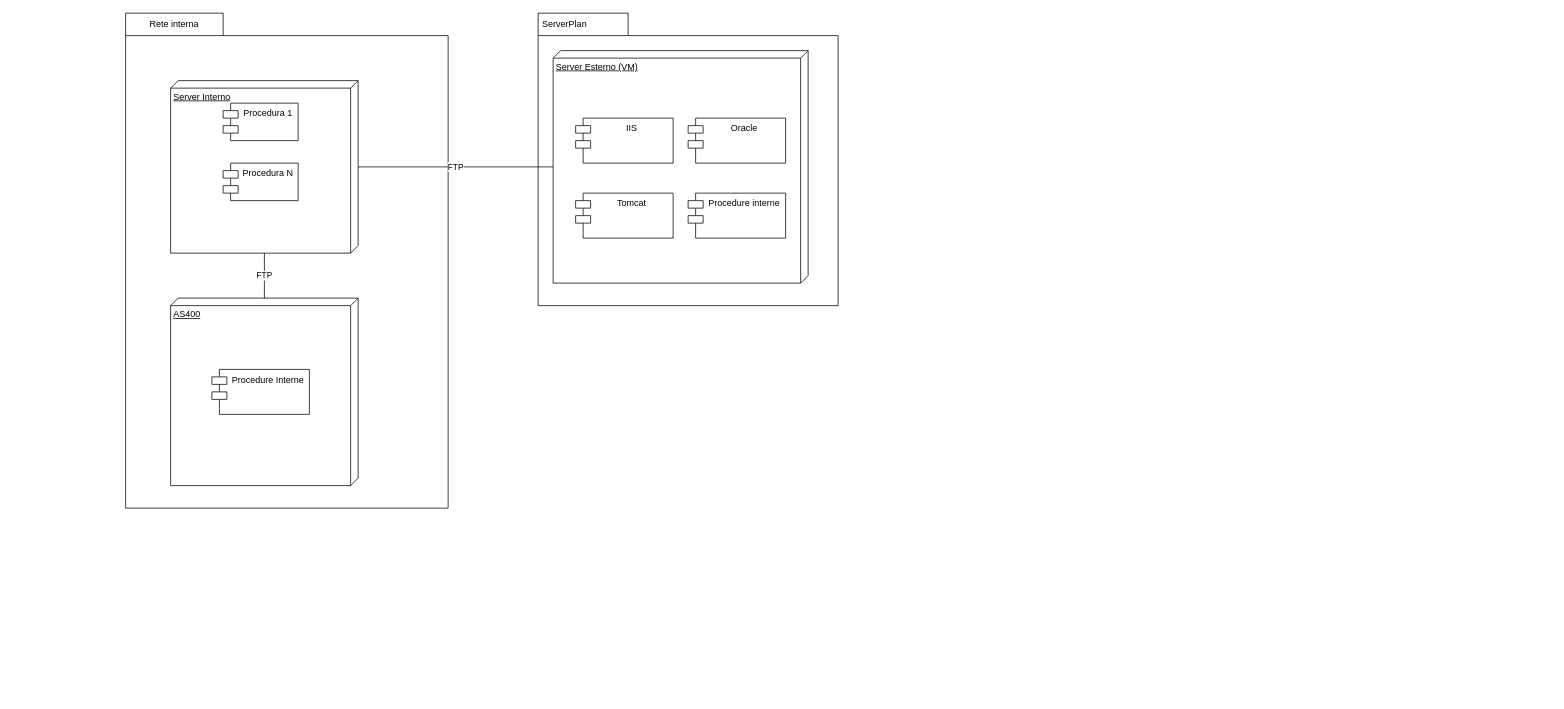
Above: Fashion.drawio in f94f/Diagrams (draw.io), before the change. Source tidied: cells renumbered, new cells numbered last; positions are measured from the earlier drawing's top-left corner, leaving out a move shared by most shapes. Both pictures are drawn from the tidied source at 75%, with x=0, y=0 at pixel (125, 13).
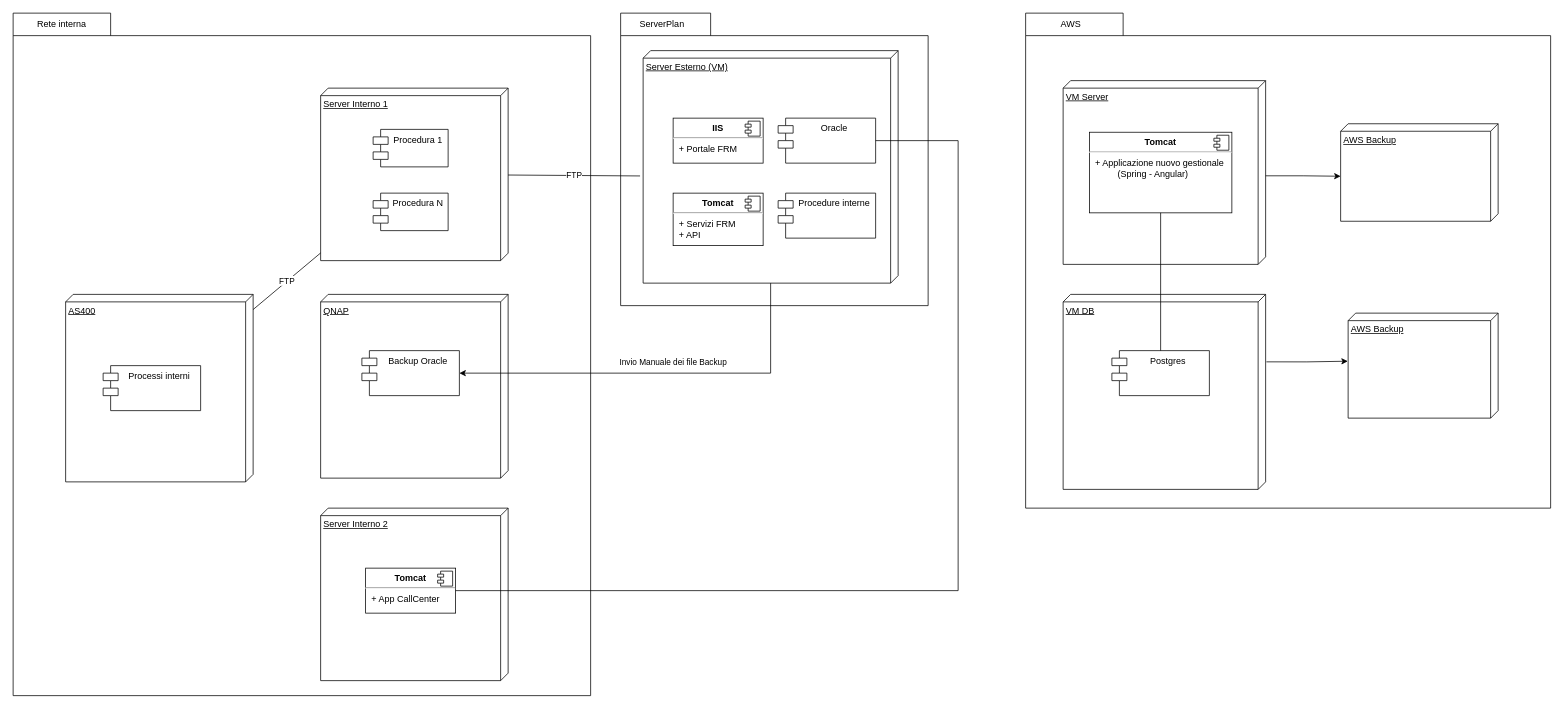
The same page after the edit.

Change to the diagram source:
```diff
@@
     <mxCell id="2" style="shape=folder;fontStyle=1;spacingTop=10;tabWidth=130;tabHeight=30;tabPosition=left;html=1;" parent="1" vertex="1">
-      <mxGeometry width="430" height="660" as="geometry" />
+      <mxGeometry x="-150" width="770" height="910" as="geometry" />
     </mxCell>
-    <mxCell id="3" value="Server Interno" style="verticalAlign=top;align=left;spacingTop=8;spacingLeft=2;spacingRight=12;shape=cube;size=10;direction=south;fontStyle=4;html=1;" parent="1" vertex="1">
-      <mxGeometry x="60" y="90" width="250" height="230" as="geometry" />
+    <mxCell id="3" value="Server Interno 1" style="verticalAlign=top;align=left;spacingTop=8;spacingLeft=2;spacingRight=12;shape=cube;size=10;direction=south;fontStyle=4;html=1;" parent="1" vertex="1">
+      <mxGeometry x="260" y="100" width="250" height="230" as="geometry" />
     </mxCell>
     <mxCell id="4" value="Procedura 1" style="shape=module;align=left;spacingLeft=20;align=center;verticalAlign=top;" parent="1" vertex="1">
-      <mxGeometry x="130" y="120" width="100" height="50" as="geometry" />
+      <mxGeometry x="330" y="155" width="100" height="50" as="geometry" />
     </mxCell>
     <mxCell id="5" value="Procedura N" style="shape=module;align=left;spacingLeft=20;align=center;verticalAlign=top;" parent="1" vertex="1">
-      <mxGeometry x="130" y="200" width="100" height="50" as="geometry" />
+      <mxGeometry x="330" y="240" width="100" height="50" as="geometry" />
     </mxCell>
     <mxCell id="6" value="AS400" style="verticalAlign=top;align=left;spacingTop=8;spacingLeft=2;spacingRight=12;shape=cube;size=10;direction=south;fontStyle=4;html=1;" parent="1" vertex="1">
-      <mxGeometry x="60" y="380" width="250" height="250" as="geometry" />
+      <mxGeometry x="-80" y="375" width="250" height="250" as="geometry" />
     </mxCell>
     <mxCell id="7" value="Rete interna" style="text;html=1;strokeColor=none;fillColor=none;align=center;verticalAlign=middle;whiteSpace=wrap;rounded=0;" parent="1" vertex="1">
-      <mxGeometry width="130" height="30" as="geometry" />
+      <mxGeometry x="-150" width="130" height="30" as="geometry" />
     </mxCell>
@@
     <mxCell id="9" style="shape=folder;fontStyle=1;spacingTop=10;tabWidth=120;tabHeight=30;tabPosition=left;html=1;" parent="1" vertex="1">
-      <mxGeometry x="550" width="400" height="390" as="geometry" />
+      <mxGeometry x="660" width="410" height="390" as="geometry" />
     </mxCell>
     <mxCell id="10" value="ServerPlan" style="text;html=1;align=center;verticalAlign=middle;strokeColor=none;fillColor=none;" parent="1" vertex="1">
-      <mxGeometry x="550" y="5" width="70" height="20" as="geometry" />
+      <mxGeometry x="680" y="5" width="70" height="20" as="geometry" />
     </mxCell>
     <mxCell id="11" value="Server Esterno (VM)" style="verticalAlign=top;align=left;spacingTop=8;spacingLeft=2;spacingRight=12;shape=cube;size=10;direction=south;fontStyle=4;html=1;" parent="1" vertex="1">
-      <mxGeometry x="570" y="50" width="340" height="310" as="geometry" />
+      <mxGeometry x="690" y="50" width="340" height="310" as="geometry" />
     </mxCell>
-    <mxCell id="12" value="Procedure Interne" style="shape=module;align=left;spacingLeft=20;align=center;verticalAlign=top;" parent="1" vertex="1">
-      <mxGeometry x="115" y="475" width="130" height="60" as="geometry" />
+    <mxCell id="12" value="Processi interni" style="shape=module;align=left;spacingLeft=20;align=center;verticalAlign=top;" parent="1" vertex="1">
+      <mxGeometry x="-30" y="470" width="130" height="60" as="geometry" />
     </mxCell>
-    <mxCell id="13" value="IIS" style="shape=module;align=left;spacingLeft=20;align=center;verticalAlign=top;" parent="1" vertex="1">
-      <mxGeometry x="600" y="140" width="130" height="60" as="geometry" />
-    </mxCell>
-    <mxCell id="14" value="Tomcat" style="shape=module;align=left;spacingLeft=20;align=center;verticalAlign=top;" parent="1" vertex="1">
-      <mxGeometry x="600" y="240" width="130" height="60" as="geometry" />
-    </mxCell>
     <mxCell id="15" value="Oracle" style="shape=module;align=left;spacingLeft=20;align=center;verticalAlign=top;" parent="1" vertex="1">
-      <mxGeometry x="750" y="140" width="130" height="60" as="geometry" />
+      <mxGeometry x="870" y="140" width="130" height="60" as="geometry" />
     </mxCell>
-    <mxCell id="16" value="FTP" style="endArrow=none;html=1;rounded=0;" parent="1" edge="1" source="3" target="11">
+    <mxCell id="16" value="FTP" style="endArrow=none;html=1;rounded=0;entryX=0.539;entryY=1.012;entryDx=0;entryDy=0;entryPerimeter=0;" parent="1" edge="1" source="3" target="11">
       <mxGeometry relative="1" as="geometry" />
     </mxCell>
     <mxCell id="17" value="Procedure interne" style="shape=module;align=left;spacingLeft=20;align=center;verticalAlign=top;" parent="1" vertex="1">
-      <mxGeometry x="750" y="240" width="130" height="60" as="geometry" />
+      <mxGeometry x="870" y="240" width="130" height="60" as="geometry" />
     </mxCell>
+    <mxCell id="18" style="shape=folder;fontStyle=1;spacingTop=10;tabWidth=130;tabHeight=30;tabPosition=left;html=1;" parent="1" vertex="1">
+      <mxGeometry x="1200" width="700" height="660" as="geometry" />
+    </mxCell>
+    <mxCell id="19" value="AWS" style="text;html=1;align=center;verticalAlign=middle;strokeColor=none;fillColor=none;" parent="1" vertex="1">
+      <mxGeometry x="1235" width="50" height="30" as="geometry" />
+    </mxCell>
+    <mxCell id="20" style="edgeStyle=orthogonalEdgeStyle;rounded=0;jettySize=auto;html=1;entryX=0;entryY=0;entryDx=70;entryDy=210;entryPerimeter=0;exitX=0.518;exitY=0.004;exitDx=0;exitDy=0;exitPerimeter=0;" parent="1" edge="1" source="21" target="24">
+      <mxGeometry relative="1" as="geometry" />
+    </mxCell>
+    <mxCell id="21" value="VM Server" style="verticalAlign=top;align=left;spacingTop=8;spacingLeft=2;spacingRight=12;shape=cube;size=10;direction=south;fontStyle=4;html=1;" parent="1" vertex="1">
+      <mxGeometry x="1250" y="90" width="270" height="245" as="geometry" />
+    </mxCell>
+    <mxCell id="22" style="edgeStyle=orthogonalEdgeStyle;rounded=0;jettySize=auto;html=1;entryX=0.458;entryY=1.002;entryDx=0;entryDy=0;entryPerimeter=0;exitX=0.346;exitY=-0.004;exitDx=0;exitDy=0;exitPerimeter=0;" parent="1" edge="1" source="23" target="26">
+      <mxGeometry relative="1" as="geometry" />
+    </mxCell>
+    <mxCell id="23" value="VM DB" style="verticalAlign=top;align=left;spacingTop=8;spacingLeft=2;spacingRight=12;shape=cube;size=10;direction=south;fontStyle=4;html=1;" parent="1" vertex="1">
+      <mxGeometry x="1250" y="375" width="270" height="260" as="geometry" />
+    </mxCell>
+    <mxCell id="24" value="AWS Backup" style="verticalAlign=top;align=left;spacingTop=8;spacingLeft=2;spacingRight=12;shape=cube;size=10;direction=south;fontStyle=4;html=1;" parent="1" vertex="1">
+      <mxGeometry x="1620" y="147.5" width="210" height="130" as="geometry" />
+    </mxCell>
+    <mxCell id="25" value="Postgres" style="shape=module;align=left;spacingLeft=20;align=center;verticalAlign=top;" parent="1" vertex="1">
+      <mxGeometry x="1315" y="450" width="130" height="60" as="geometry" />
+    </mxCell>
+    <mxCell id="26" value="AWS Backup" style="verticalAlign=top;align=left;spacingTop=8;spacingLeft=2;spacingRight=12;shape=cube;size=10;direction=south;fontStyle=4;html=1;" parent="1" vertex="1">
+      <mxGeometry x="1630" y="400" width="200" height="140" as="geometry" />
+    </mxCell>
+    <mxCell id="27" value="QNAP" style="verticalAlign=top;align=left;spacingTop=8;spacingLeft=2;spacingRight=12;shape=cube;size=10;direction=south;fontStyle=4;html=1;" parent="1" vertex="1">
+      <mxGeometry x="260" y="375" width="250" height="245" as="geometry" />
+    </mxCell>
+    <mxCell id="28" value="Backup Oracle" style="shape=module;align=left;spacingLeft=20;align=center;verticalAlign=top;" parent="1" vertex="1">
+      <mxGeometry x="315" y="450" width="130" height="60" as="geometry" />
+    </mxCell>
+    <mxCell id="29" style="endArrow=classic;html=1;rounded=0;" parent="1" edge="1" source="11" target="28">
+      <mxGeometry relative="1" as="geometry">
+        <Array as="points">
+          <mxPoint x="860" y="480" />
+        </Array>
+      </mxGeometry>
+    </mxCell>
+    <mxCell id="30" value="Invio Manuale dei file Backup" style="edgeLabel;html=1;align=center;verticalAlign=middle;" parent="29" vertex="1">
+      <mxGeometry x="-0.36" y="4" relative="1" as="geometry">
+        <mxPoint x="-80" y="-19" as="offset" />
+      </mxGeometry>
+    </mxCell>
+    <mxCell id="31" value="&lt;p style=&quot;margin:0px;margin-top:6px;text-align:center;&quot;&gt;&lt;b&gt;Tomcat&lt;/b&gt;&lt;/p&gt;&lt;hr&gt;&lt;p style=&quot;margin:0px;margin-left:8px;&quot;&gt;+ Servizi FRM&lt;/p&gt;&lt;p style=&quot;margin:0px;margin-left:8px;&quot;&gt;+ API&lt;/p&gt;&lt;p style=&quot;margin:0px;margin-left:8px;&quot;&gt;&lt;br&gt;&lt;/p&gt;" style="align=left;overflow=fill;html=1;" parent="1" vertex="1">
+      <mxGeometry x="730" y="240" width="120" height="70" as="geometry" />
+    </mxCell>
+    <mxCell id="32" style="shape=component;jettyWidth=8;jettyHeight=4;" parent="31" vertex="1">
+      <mxGeometry x="1" width="20" height="20" relative="1" as="geometry">
+        <mxPoint x="-24" y="4" as="offset" />
+      </mxGeometry>
+    </mxCell>
+    <mxCell id="33" value="&lt;p style=&quot;margin:0px;margin-top:6px;text-align:center;&quot;&gt;&lt;b&gt;IIS&lt;/b&gt;&lt;/p&gt;&lt;hr&gt;&lt;p style=&quot;margin:0px;margin-left:8px;&quot;&gt;+ Portale FRM&lt;/p&gt;" style="align=left;overflow=fill;html=1;" parent="1" vertex="1">
+      <mxGeometry x="730" y="140" width="120" height="60" as="geometry" />
+    </mxCell>
+    <mxCell id="34" style="shape=component;jettyWidth=8;jettyHeight=4;" parent="33" vertex="1">
+      <mxGeometry x="1" width="20" height="20" relative="1" as="geometry">
+        <mxPoint x="-24" y="4" as="offset" />
+      </mxGeometry>
+    </mxCell>
+    <mxCell id="35" value="&lt;p style=&quot;margin:0px;margin-top:6px;text-align:center;&quot;&gt;&lt;b&gt;Tomcat&lt;/b&gt;&lt;/p&gt;&lt;hr&gt;&lt;p style=&quot;margin:0px;margin-left:8px;&quot;&gt;+ Applicazione nuovo gestionale&lt;/p&gt;&lt;p style=&quot;margin:0px;margin-left:8px;&quot;&gt;&amp;nbsp; &amp;nbsp; &amp;nbsp; &amp;nbsp; &amp;nbsp;(Spring - Angular)&lt;/p&gt;&lt;p style=&quot;margin:0px;margin-left:8px;&quot;&gt;&lt;br&gt;&lt;/p&gt;" style="align=left;overflow=fill;html=1;" parent="1" vertex="1">
+      <mxGeometry x="1285" y="158.8" width="190" height="107.5" as="geometry" />
+    </mxCell>
+    <mxCell id="36" style="shape=component;jettyWidth=8;jettyHeight=4;" parent="35" vertex="1">
+      <mxGeometry x="1" width="20" height="20" relative="1" as="geometry">
+        <mxPoint x="-24" y="4" as="offset" />
+      </mxGeometry>
+    </mxCell>
+    <mxCell id="37" style="endArrow=none;html=1;rounded=0;entryX=0.5;entryY=1;entryDx=0;entryDy=0;" parent="1" edge="1" target="35">
+      <mxGeometry relative="1" as="geometry">
+        <mxPoint x="1380" y="450" as="sourcePoint" />
+      </mxGeometry>
+    </mxCell>
+    <mxCell id="38" value="Server Interno 2" style="verticalAlign=top;align=left;spacingTop=8;spacingLeft=2;spacingRight=12;shape=cube;size=10;direction=south;fontStyle=4;html=1;" parent="1" vertex="1">
+      <mxGeometry x="260" y="660" width="250" height="230" as="geometry" />
+    </mxCell>
+    <mxCell id="39" value="&lt;p style=&quot;margin:0px;margin-top:6px;text-align:center;&quot;&gt;&lt;b&gt;Tomcat&lt;/b&gt;&lt;/p&gt;&lt;hr&gt;&lt;p style=&quot;margin:0px;margin-left:8px;&quot;&gt;+ App CallCenter&lt;/p&gt;" style="align=left;overflow=fill;html=1;" parent="1" vertex="1">
+      <mxGeometry x="320" y="740" width="120" height="60" as="geometry" />
+    </mxCell>
+    <mxCell id="40" style="shape=component;jettyWidth=8;jettyHeight=4;" parent="39" vertex="1">
+      <mxGeometry x="1" width="20" height="20" relative="1" as="geometry">
+        <mxPoint x="-24" y="4" as="offset" />
+      </mxGeometry>
+    </mxCell>
+    <mxCell id="41" style="endArrow=none;html=1;rounded=0;exitX=1;exitY=0.5;exitDx=0;exitDy=0;entryX=1;entryY=0.5;entryDx=0;entryDy=0;" parent="1" edge="1" source="39" target="15">
+      <mxGeometry relative="1" as="geometry">
+        <Array as="points">
+          <mxPoint x="1110" y="770" />
+          <mxPoint x="1110" y="170" />
+        </Array>
+      </mxGeometry>
+    </mxCell>
```
